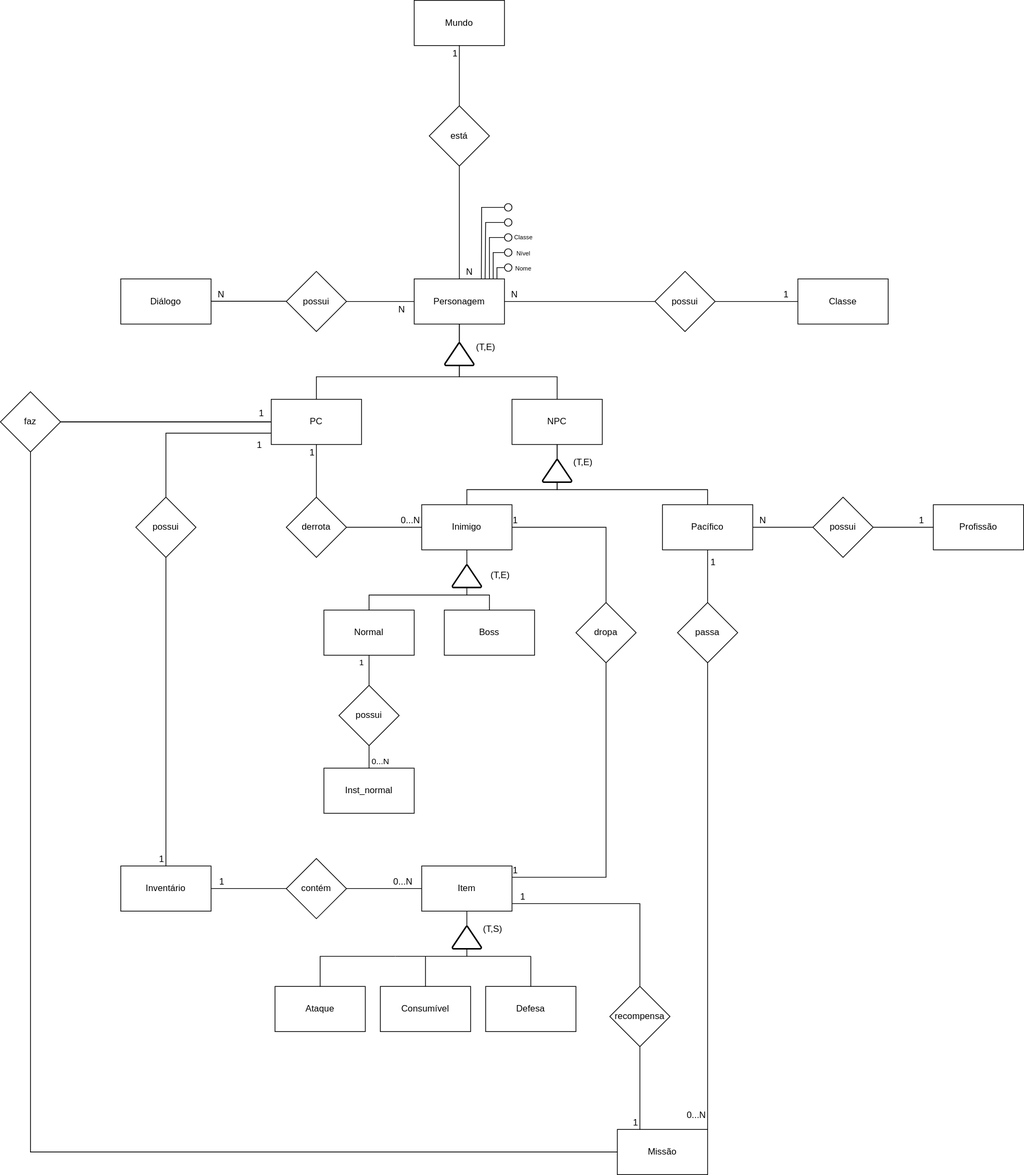
Before: docs/modulo_01/DER.drawio.svg, a diagram exported from draw.io (SBD1/2024.2-D-D-classico). Source tidied: cells renumbered, new cells last; positions are measured from the earlier drawing's top-left corner, leaving out a move shared by most shapes.
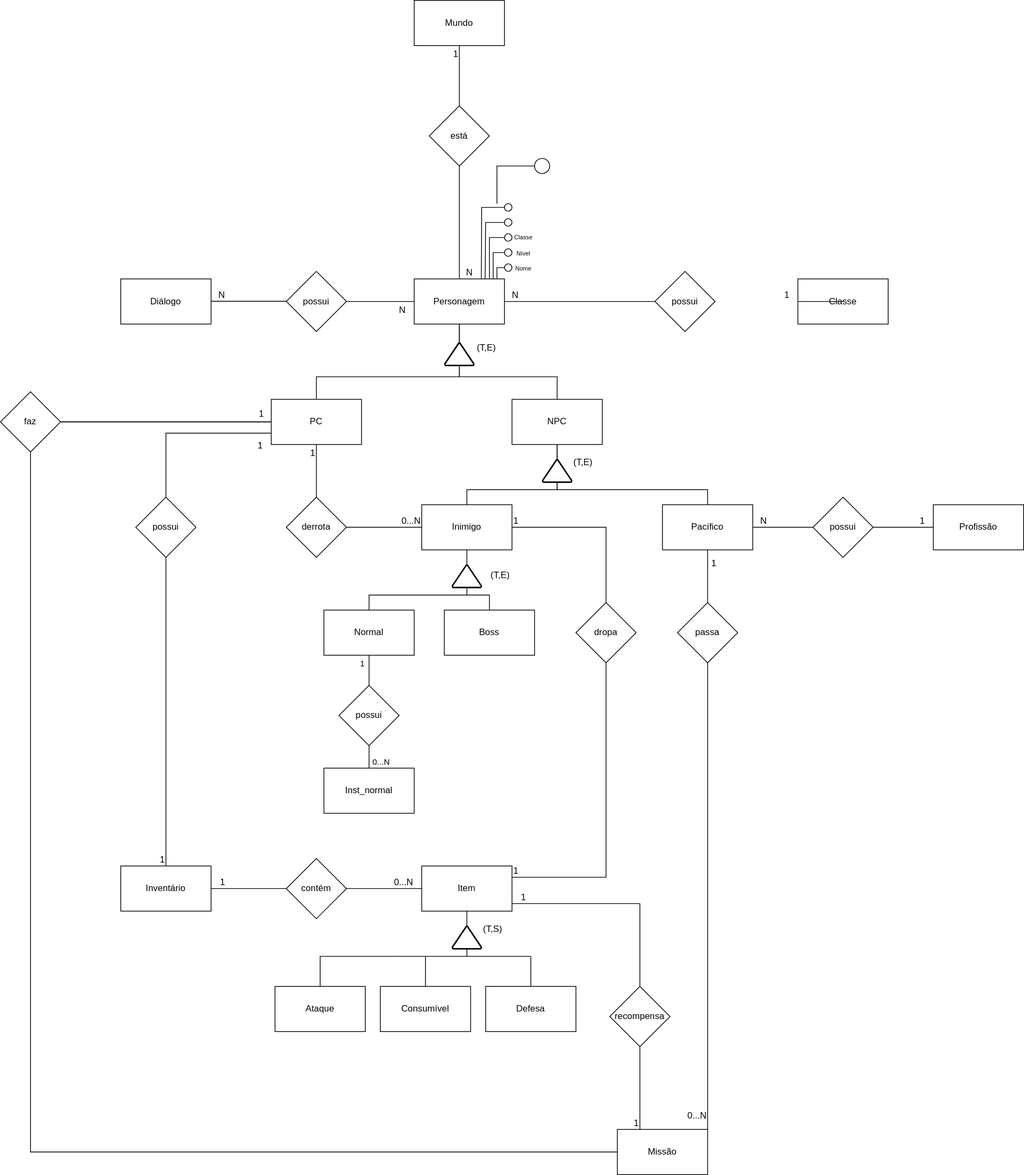
The same file after the commit.

What changed in the source:
```diff
@@ -138,8 +138,10 @@
     <mxCell id="38" style="endArrow=none;html=1;rounded=0;entryX=0;entryY=0.5;entryDx=0;entryDy=0;" parent="1" edge="1" source="33" target="9">
       <mxGeometry relative="1" as="geometry" />
     </mxCell>
-    <mxCell id="39" style="endArrow=none;html=1;rounded=0;exitX=1;exitY=0.5;exitDx=0;exitDy=0;entryX=0;entryY=0.5;entryDx=0;entryDy=0;" parent="1" edge="1" source="30" target="31">
-      <mxGeometry relative="1" as="geometry" />
+    <mxCell id="39" style="endArrow=none;html=1;rounded=0;exitX=1;exitY=0.5;exitDx=0;exitDy=0;entryX=0;entryY=0.5;entryDx=0;entryDy=0;" parent="1" edge="1" target="31">
+      <mxGeometry relative="1" as="geometry">
+        <mxPoint x="1120" y="400" as="sourcePoint" />
+      </mxGeometry>
     </mxCell>
     <mxCell id="40" value="1" style="html=1;whiteSpace=wrap;align=right;verticalAlign=bottom;" parent="39" vertex="1">
       <mxGeometry x="1" relative="1" as="geometry">
@@ -412,9 +414,21 @@
     <mxCell id="101" value="Inst_normal" style="whiteSpace=wrap;html=1;rounded=0;" parent="1" vertex="1">
       <mxGeometry x="430" y="1020" width="120" height="60" as="geometry" />
     </mxCell>
+    <mxCell id="115" style="endArrow=none;html=1;rounded=0;" parent="1" edge="1">
+      <mxGeometry relative="1" as="geometry">
+        <mxPoint x="660" y="270" as="sourcePoint" />
+        <mxPoint x="710" y="220" as="targetPoint" />
+        <Array as="points">
+          <mxPoint x="660" y="220" />
+        </Array>
+      </mxGeometry>
+    </mxCell>
     <mxCell id="102" style="ellipse;whiteSpace=wrap;html=1;" parent="1" vertex="1">
       <mxGeometry x="670" y="350" width="10" height="10" as="geometry" />
     </mxCell>
+    <mxCell id="116" style="ellipse;whiteSpace=wrap;html=1;" parent="1" vertex="1">
+      <mxGeometry x="710" y="210" width="20" height="20" as="geometry" />
+    </mxCell>
     <mxCell id="103" style="endArrow=none;html=1;rounded=0;entryX=0;entryY=0.5;entryDx=0;entryDy=0;" parent="1" edge="1" target="102">
       <mxGeometry relative="1" as="geometry">
         <mxPoint x="660" y="370" as="sourcePoint" />
```
